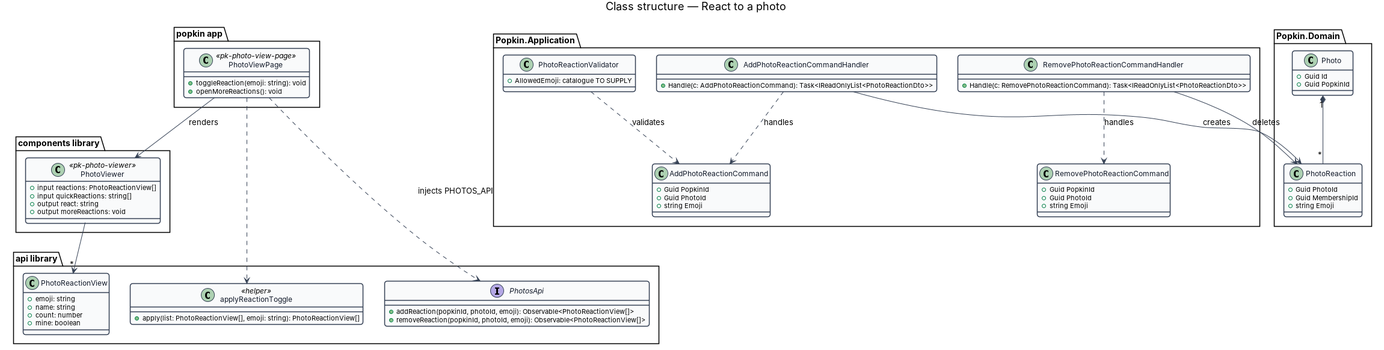
QuinntyneBrown/popkin keeps this PlantUML diagram as docs/detailed-designs/photos/react-to-photo/diagrams/class-structure.png. Above is the earlier version. Its source is kept beside it as docs/detailed-designs/photos/react-to-photo/diagrams/class-structure.puml.
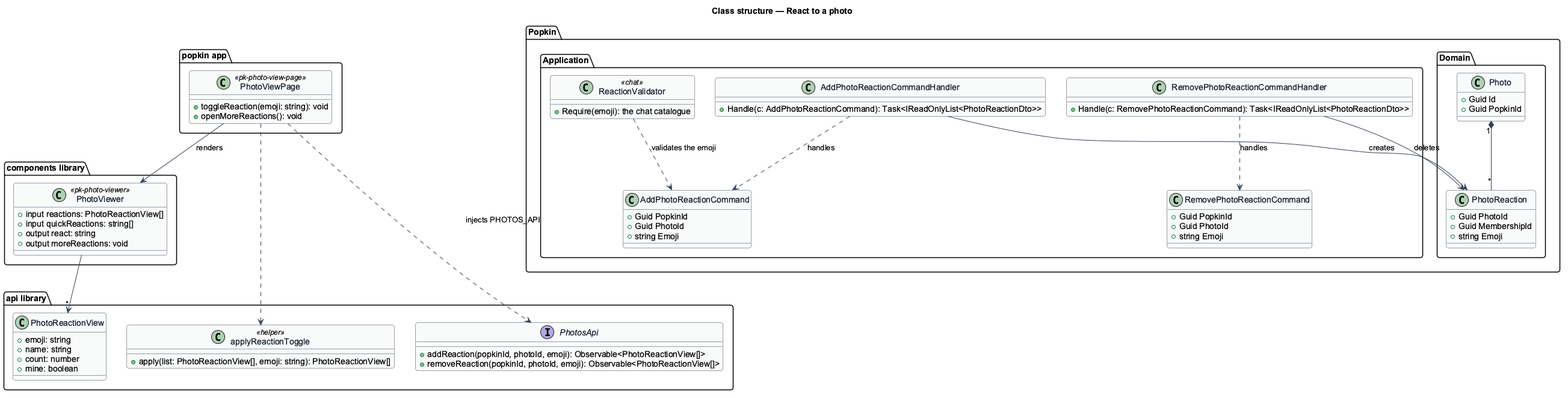
After the commit.

The edit, as a diff of the source:
```diff
@@ -57,8 +57,8 @@
   class RemovePhotoReactionCommandHandler {
     +Handle(c: RemovePhotoReactionCommand): Task<IReadOnlyList<PhotoReactionDto>>
   }
-  class PhotoReactionValidator {
-    +AllowedEmoji: catalogue TO SUPPLY
+  class ReactionValidator <<chat>> {
+    +Require(emoji): the chat catalogue
   }
 }
 package "Popkin.Domain" {
@@ -78,7 +78,7 @@
 PhotoViewer --> "*" PhotoReactionView
 AddPhotoReactionCommandHandler ..> AddPhotoReactionCommand : handles
 RemovePhotoReactionCommandHandler ..> RemovePhotoReactionCommand : handles
-PhotoReactionValidator ..> AddPhotoReactionCommand : validates
+ReactionValidator ..> AddPhotoReactionCommand : validates the emoji
 AddPhotoReactionCommandHandler --> PhotoReaction : creates
 RemovePhotoReactionCommandHandler --> PhotoReaction : deletes
 Photo "1" *-- "*" PhotoReaction
```
